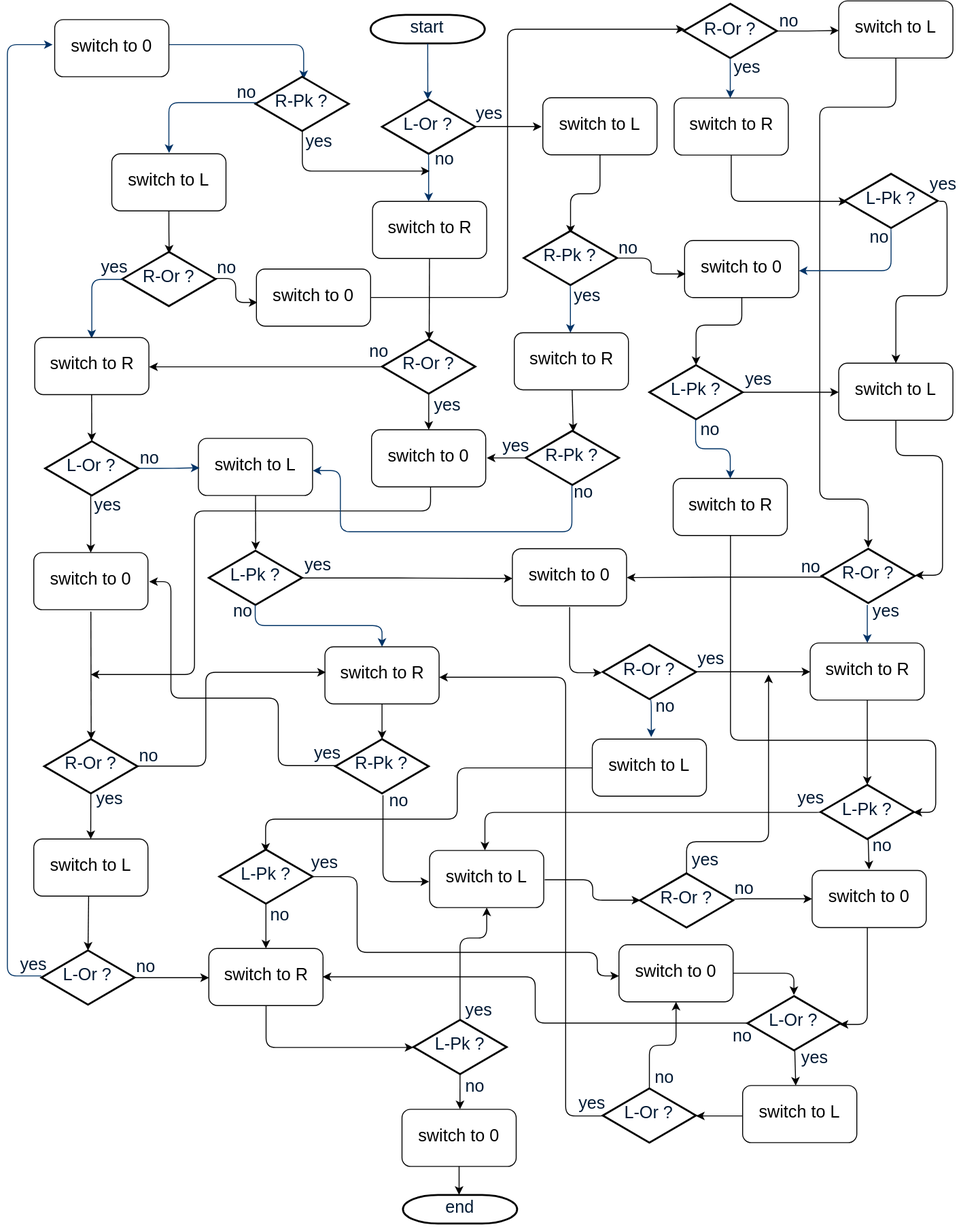
defuseme/DefuseMe keeps this draw.io diagram as module/arduino/BigSwitch4Lamps/flowchart.svg. Above is the earlier version. Source tidied: cells renumbered, new cells last; positions are measured from the earlier drawing's top-left corner, leaving out a move shared by most shapes.
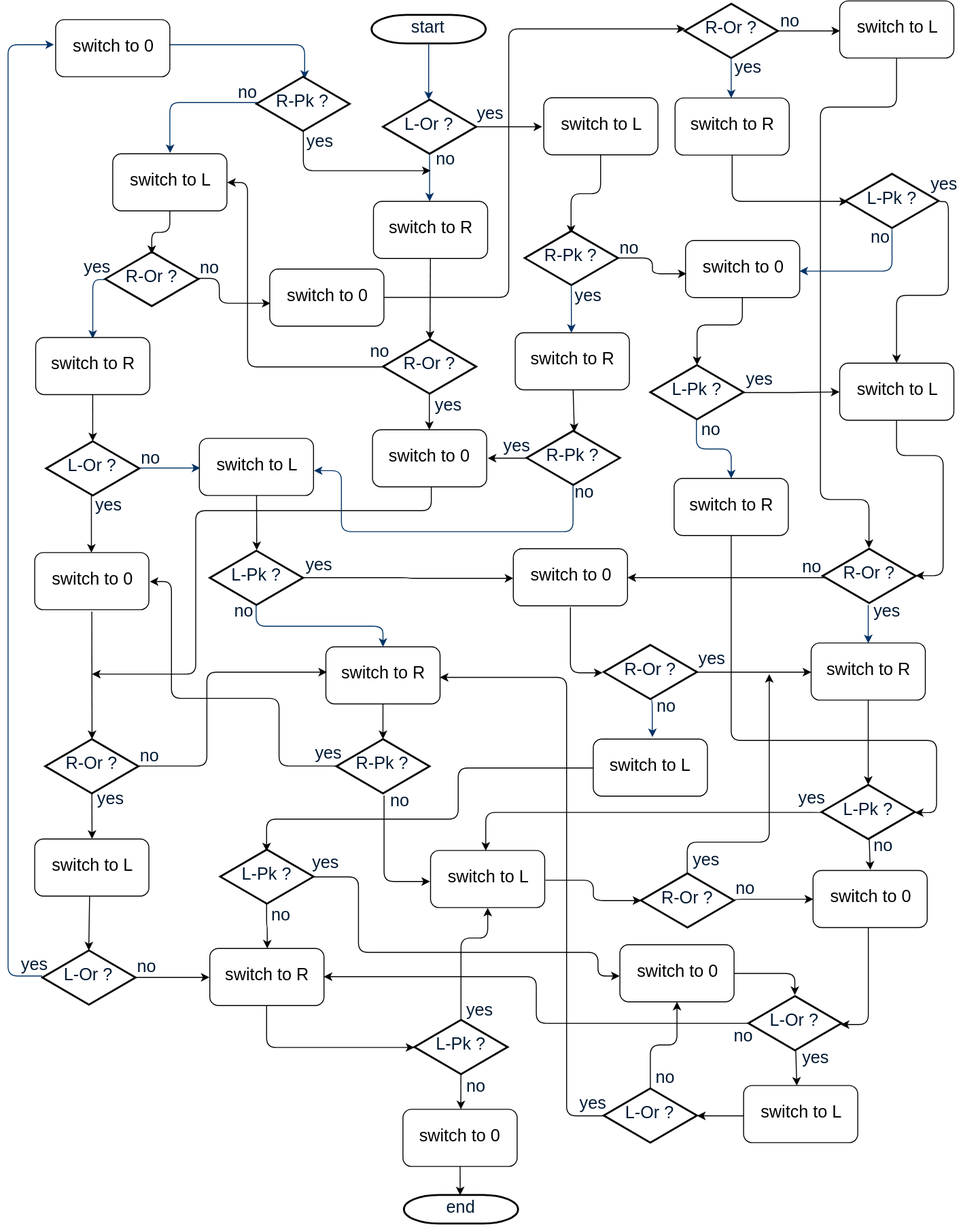
Above is the later version.

Commit message:
fixed flow chart bug - rework doc

The edit, as a diff of the source:
```diff
@@ -77,7 +77,7 @@
       </mxGeometry>
     </mxCell>
     <mxCell id="19" value="R-Or ?&lt;br&gt;" style="shape=mxgraph.flowchart.decision;fillColor=#FFFFFF;strokeColor=#000000;strokeWidth=2;gradientColor=none;gradientDirection=north;fontColor=#001933;fontStyle=0;html=1;fontSize=18;" parent="1" vertex="1">
-      <mxGeometry x="121" y="264" width="98" height="57" as="geometry" />
+      <mxGeometry x="102" y="264" width="98" height="57" as="geometry" />
     </mxCell>
     <mxCell id="20" style="edgeStyle=elbowEdgeStyle;elbow=horizontal;fontColor=#001933;fontStyle=1;strokeColor=#003366;strokeWidth=1;html=1;exitX=0.01;exitY=0.509;exitPerimeter=0;entryX=0.5;entryY=0.017;entryPerimeter=0;fontSize=18;" parent="1" edge="1" source="19" target="21">
       <mxGeometry x="-111" y="363" as="geometry">
@@ -409,11 +409,20 @@
         </Array>
       </mxGeometry>
     </mxCell>
-    <mxCell id="93" style="endArrow=classic;html=1;exitX=0.98;exitY=0.491;exitPerimeter=0;entryX=0.008;entryY=0.583;entryPerimeter=0;edgeStyle=elbowEdgeStyle;fontSize=18;" parent="1" edge="1" source="19" target="120">
-      <mxGeometry relative="1" as="geometry" />
+    <mxCell id="93" style="endArrow=classic;html=1;exitX=0.98;exitY=0.491;exitPerimeter=0;entryX=0.006;entryY=0.601;entryPerimeter=0;edgeStyle=elbowEdgeStyle;fontSize=18;" parent="1" edge="1" source="19" target="120">
+      <mxGeometry relative="1" as="geometry">
+        <Array as="points">
+          <mxPoint x="222" y="305" />
+        </Array>
+      </mxGeometry>
     </mxCell>
-    <mxCell id="94" style="endArrow=classic;html=1;exitX=-0.007;exitY=0.507;exitPerimeter=0;entryX=1.003;entryY=0.51;entryPerimeter=0;fontSize=18;" parent="1" edge="1" source="24" target="21">
-      <mxGeometry relative="1" as="geometry" />
+    <mxCell id="94" style="endArrow=classic;html=1;exitX=-0.007;exitY=0.507;exitPerimeter=0;entryX=1;entryY=0.5;fontSize=18;edgeStyle=orthogonalEdgeStyle;" parent="1" edge="1" source="24" target="87">
+      <mxGeometry relative="1" as="geometry">
+        <Array as="points">
+          <mxPoint x="252" y="385" />
+          <mxPoint x="252" y="191" />
+        </Array>
+      </mxGeometry>
     </mxCell>
     <mxCell id="95" style="edgeStyle=orthogonalEdgeStyle;rounded=1;html=1;jettySize=auto;entryX=1.008;entryY=0.491;entryPerimeter=0;fontSize=18;" parent="1" edge="1" source="96" target="26">
       <mxGeometry relative="1" as="geometry" />
@@ -541,7 +550,7 @@
       </mxGeometry>
     </mxCell>
     <mxCell id="120" value="switch to 0&lt;br&gt;" style="rounded=1;whiteSpace=wrap;html=1;fontSize=18;" parent="1" vertex="1">
-      <mxGeometry x="262" y="282" width="120" height="60" as="geometry" />
+      <mxGeometry x="275" y="282" width="120" height="60" as="geometry" />
     </mxCell>
     <mxCell id="121" style="endArrow=classic;html=1;entryX=0.01;entryY=0.468;entryPerimeter=0;edgeStyle=orthogonalEdgeStyle;fontSize=18;" parent="1" edge="1" source="120" target="78">
       <mxGeometry relative="1" as="geometry">
@@ -574,7 +583,7 @@
       <mxGeometry x="312" y="133" width="21" height="26" as="geometry" />
     </mxCell>
     <mxCell id="127" value="yes" style="text;fontColor=#001933;fontStyle=0;html=1;strokeColor=none;gradientColor=none;fillColor=none;strokeWidth=2;fontSize=18;" parent="1" vertex="1">
-      <mxGeometry x="97" y="265" width="21" height="26" as="geometry" />
+      <mxGeometry x="78" y="265" width="21" height="26" as="geometry" />
     </mxCell>
     <mxCell id="128" value="yes" style="text;fontColor=#001933;fontStyle=0;html=1;strokeColor=none;gradientColor=none;fillColor=none;strokeWidth=2;fontSize=18;" parent="1" vertex="1">
       <mxGeometry x="594" y="295" width="21" height="26" as="geometry" />
@@ -679,7 +688,7 @@
       <mxGeometry x="379" y="354" width="21" height="26" as="geometry" />
     </mxCell>
     <mxCell id="162" value="no" style="text;fontColor=#001933;fontStyle=0;html=1;strokeColor=none;gradientColor=none;fillColor=none;strokeWidth=2;fontSize=18;" parent="1" vertex="1">
-      <mxGeometry x="219" y="266" width="21" height="26" as="geometry" />
+      <mxGeometry x="200" y="266" width="21" height="26" as="geometry" />
     </mxCell>
     <mxCell id="163" value="no" style="text;fontColor=#001933;fontStyle=0;html=1;strokeColor=none;gradientColor=none;fillColor=none;strokeWidth=2;fontSize=18;" parent="1" vertex="1">
       <mxGeometry x="240" y="82" width="21" height="26" as="geometry" />
```
